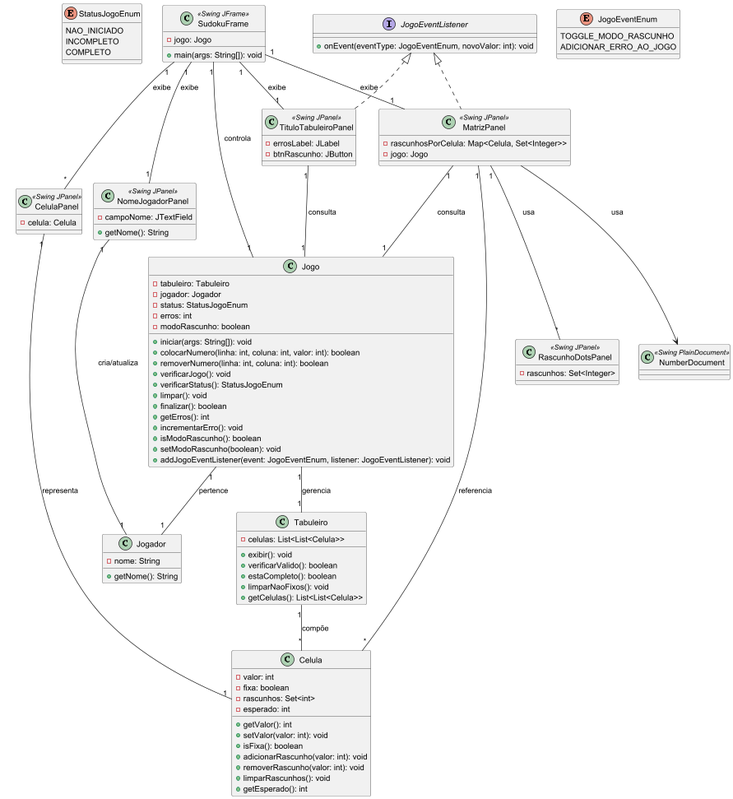
This is docs/images/class-diagram.png from didifive/sudoku-java, a PlantUML export, as it was before one commit. Its diagram source:
```plantuml
@startuml
enum StatusJogoEnum {
    NAO_INICIADO
    INCOMPLETO
    COMPLETO
}

class Jogo {
    - tabuleiro: Tabuleiro
    - jogador: Jogador
    - status: StatusJogoEnum
    - erros: int
    - modoRascunho: boolean
    + iniciar(args: String[]): void
    + colocarNumero(linha: int, coluna: int, valor: int): boolean
    + removerNumero(linha: int, coluna: int): boolean
    + verificarJogo(): void
    + verificarStatus(): StatusJogoEnum
    + limpar(): void
    + finalizar(): boolean
    + getErros(): int
    + incrementarErro(): void
    + isModoRascunho(): boolean
    + setModoRascunho(boolean): void
    + addJogoEventListener(event: JogoEventEnum, listener: JogoEventListener): void
}

class Tabuleiro {
    - celulas: List<List<Celula>>
    + exibir(): void
    + verificarValido(): boolean
    + estaCompleto(): boolean
    + limparNaoFixos(): void
    + getCelulas(): List<List<Celula>>
}

class Celula {
    - valor: int
    - fixa: boolean
    - rascunhos: Set<int>
    - esperado: int
    + getValor(): int
    + setValor(valor: int): void
    + isFixa(): boolean
    + adicionarRascunho(valor: int): void
    + removerRascunho(valor: int): void
    + limparRascunhos(): void
    + getEsperado(): int
}

class Jogador {
    - nome: String
    + getNome(): String
}

class SudokuFrame <<Swing JFrame>> {
    - jogo: Jogo
    + main(args: String[]): void
}

class CelulaPanel <<Swing JPanel>> {
    - celula: Celula
}

class NomeJogadorPanel <<Swing JPanel>> {
    - campoNome: JTextField
    + getNome(): String
}

class MatrizPanel <<Swing JPanel>> {
    - rascunhosPorCelula: Map<Celula, Set<Integer>>
    - jogo: Jogo
}

class TituloTabuleiroPanel <<Swing JPanel>> {
    - errosLabel: JLabel
    - btnRascunho: JButton
}

class RascunhoDotsPanel <<Swing JPanel>> {
    - rascunhos: Set<Integer>
}

class NumberDocument <<Swing PlainDocument>> {
}

interface JogoEventListener {
    + onEvent(eventType: JogoEventEnum, novoValor: int): void
}

enum JogoEventEnum {
    TOGGLE_MODO_RASCUNHO
    ADICIONAR_ERRO_AO_JOGO
}

Jogo "1" -- "1" Tabuleiro : gerencia
Jogo "1" -- "1" Jogador : pertence
Tabuleiro "1" -- "*" Celula : compõe
SudokuFrame "1" -- "1" Jogo : controla
SudokuFrame "1" -- "*" CelulaPanel : exibe
CelulaPanel "1" -- "1" Celula : representa
SudokuFrame "1" -- "1" NomeJogadorPanel : exibe
NomeJogadorPanel "1" -- "1" Jogador : cria/atualiza
SudokuFrame "1" -- "1" MatrizPanel : exibe
SudokuFrame "1" -- "1" TituloTabuleiroPanel : exibe
MatrizPanel "1" -- "*" RascunhoDotsPanel : usa
MatrizPanel "1" -- "1" Jogo : consulta
TituloTabuleiroPanel "1" -- "1" Jogo : consulta
MatrizPanel "1" -- "*" Celula : referencia
MatrizPanel  -->  NumberDocument : usa
JogoEventListener <|.. MatrizPanel
JogoEventListener <|.. TituloTabuleiroPanel
@enduml
```
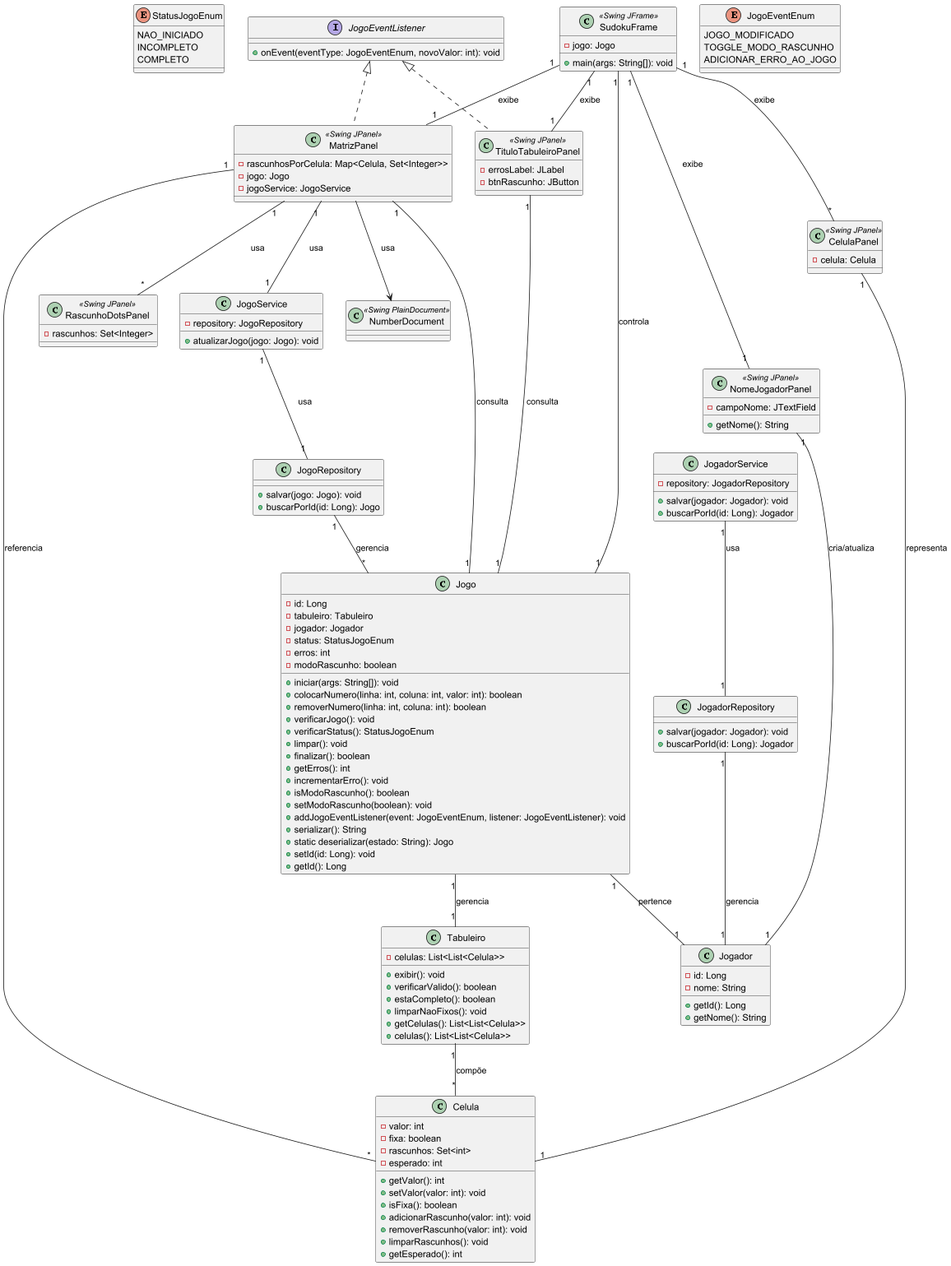
Above is the later version.

Diff of the diagram source:
```diff
@@ -6,6 +6,7 @@
 }
 
 class Jogo {
+    - id: Long
     - tabuleiro: Tabuleiro
     - jogador: Jogador
     - status: StatusJogoEnum
@@ -23,6 +24,10 @@
     + isModoRascunho(): boolean
     + setModoRascunho(boolean): void
     + addJogoEventListener(event: JogoEventEnum, listener: JogoEventListener): void
+    + serializar(): String
+    + static deserializar(estado: String): Jogo
+    + setId(id: Long): void
+    + getId(): Long
 }
 
 class Tabuleiro {
@@ -32,6 +37,7 @@
     + estaCompleto(): boolean
     + limparNaoFixos(): void
     + getCelulas(): List<List<Celula>>
+    + celulas(): List<List<Celula>>
 }
 
 class Celula {
@@ -49,7 +55,9 @@
 }
 
 class Jogador {
+    - id: Long
     - nome: String
+    + getId(): Long
     + getNome(): String
 }
 
@@ -70,6 +78,7 @@
 class MatrizPanel <<Swing JPanel>> {
     - rascunhosPorCelula: Map<Celula, Set<Integer>>
     - jogo: Jogo
+    - jogoService: JogoService
 }
 
 class TituloTabuleiroPanel <<Swing JPanel>> {
@@ -84,11 +93,33 @@
 class NumberDocument <<Swing PlainDocument>> {
 }
 
+class JogoService {
+    - repository: JogoRepository
+    + atualizarJogo(jogo: Jogo): void
+}
+
+class JogoRepository {
+    + salvar(jogo: Jogo): void
+    + buscarPorId(id: Long): Jogo
+}
+
+class JogadorService {
+    - repository: JogadorRepository
+    + salvar(jogador: Jogador): void
+    + buscarPorId(id: Long): Jogador
+}
+
+class JogadorRepository {
+    + salvar(jogador: Jogador): void
+    + buscarPorId(id: Long): Jogador
+}
+
 interface JogoEventListener {
     + onEvent(eventType: JogoEventEnum, novoValor: int): void
 }
 
 enum JogoEventEnum {
+    JOGO_MODIFICADO
     TOGGLE_MODO_RASCUNHO
     ADICIONAR_ERRO_AO_JOGO
 }
@@ -105,9 +136,14 @@
 SudokuFrame "1" -- "1" TituloTabuleiroPanel : exibe
 MatrizPanel "1" -- "*" RascunhoDotsPanel : usa
 MatrizPanel "1" -- "1" Jogo : consulta
+MatrizPanel "1" -- "1" JogoService : usa
 TituloTabuleiroPanel "1" -- "1" Jogo : consulta
 MatrizPanel "1" -- "*" Celula : referencia
 MatrizPanel  -->  NumberDocument : usa
+JogoService "1" -- "1" JogoRepository : usa
+JogoRepository "1" -- "*" Jogo : gerencia
+JogadorService "1" -- "1" JogadorRepository : usa
+JogadorRepository "1" -- "1" Jogador : gerencia
 JogoEventListener <|.. MatrizPanel
 JogoEventListener <|.. TituloTabuleiroPanel
 @enduml
```
